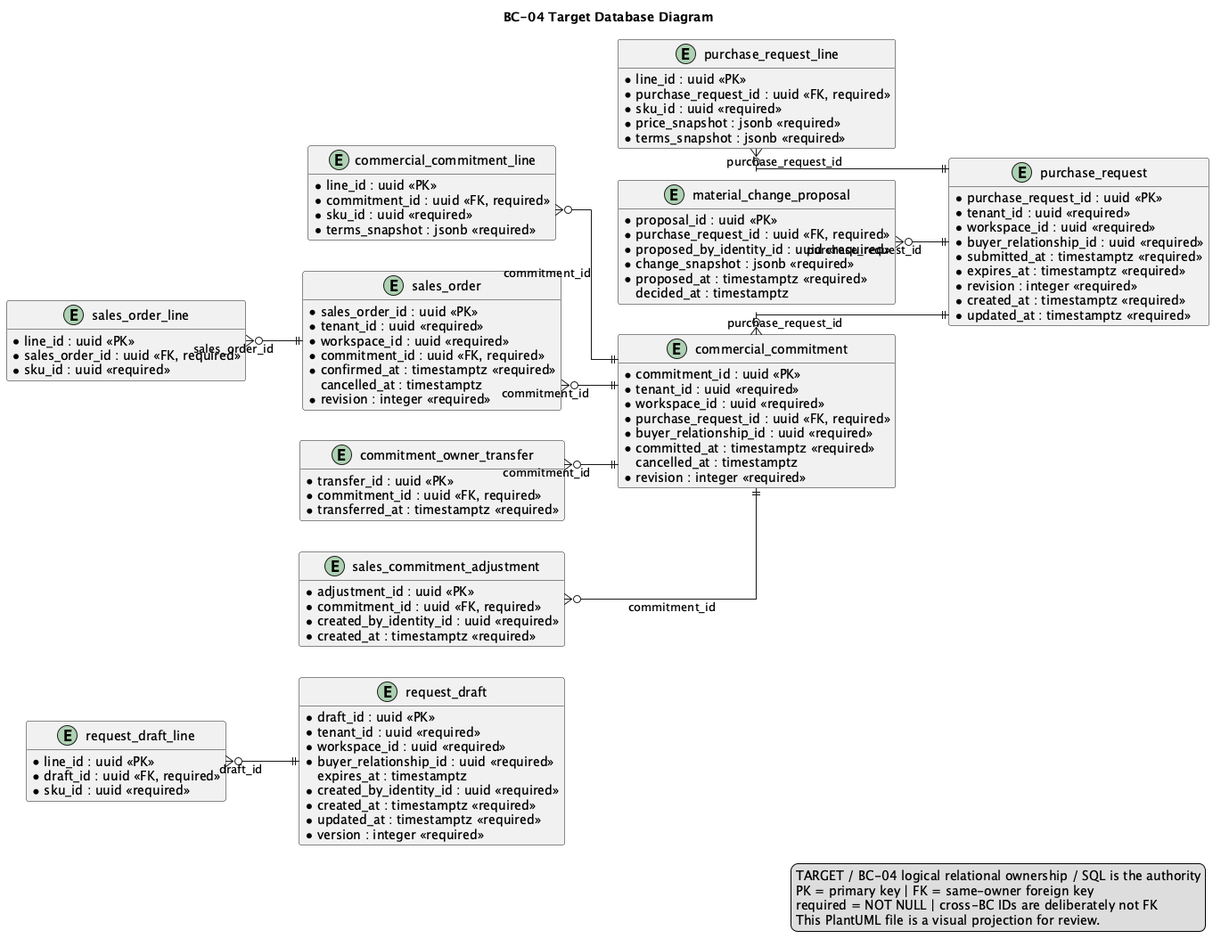
This is 01-shared/domain/bounded-contexts/BC-04-sales-commitment/data/database-diagram.png from nexa-suite/blueprint, a PlantUML export, as it was before one commit. The source it was exported from:
```plantuml
@startuml
title BC-04 Target Database Diagram
left to right direction
hide methods
skinparam shadowing false
skinparam linetype ortho
skinparam entity {
  BackgroundColor #F8FAFC
  BorderColor #334155
  FontColor #0F172A
}

entity "request_draft" as t_request_draft {
  * draft_id : uuid <<PK>>
  * tenant_id : uuid <<required>>
  * workspace_id : uuid <<required>>
  * buyer_relationship_id : uuid <<required>>
  * status : varchar(32) <<required>>
    expires_at : timestamptz
  * created_by_identity_id : uuid <<required>>
  * created_at : timestamptz <<required>>
  * updated_at : timestamptz <<required>>
  * version : integer <<required>>
}

entity "request_draft_line" as t_request_draft_line {
  * line_id : uuid <<PK>>
  * draft_id : uuid <<FK, required>>
  * sku_id : uuid <<required>>
  * quantity : numeric(19,6) <<required>>
    notes : varchar(500)
}

entity "purchase_request" as t_purchase_request {
  * purchase_request_id : uuid <<PK>>
  * tenant_id : uuid <<required>>
  * workspace_id : uuid <<required>>
  * buyer_relationship_id : uuid <<required>>
  * status : varchar(32) <<required>>
  * submitted_at : timestamptz <<required>>
  * expires_at : timestamptz <<required>>
  * revision : integer <<required>>
  * created_at : timestamptz <<required>>
  * updated_at : timestamptz <<required>>
}

entity "purchase_request_line" as t_purchase_request_line {
  * line_id : uuid <<PK>>
  * purchase_request_id : uuid <<FK, required>>
  * sku_id : uuid <<required>>
  * requested_quantity : numeric(19,6) <<required>>
    accepted_quantity : numeric(19,6)
  * price_snapshot : jsonb <<required>>
  * terms_snapshot : jsonb <<required>>
}

entity "material_change_proposal" as t_material_change_proposal {
  * proposal_id : uuid <<PK>>
  * purchase_request_id : uuid <<FK, required>>
  * proposed_by_identity_id : uuid <<required>>
  * status : varchar(32) <<required>>
  * change_snapshot : jsonb <<required>>
  * proposed_at : timestamptz <<required>>
    decided_at : timestamptz
}

entity "commercial_commitment" as t_commercial_commitment {
  * commitment_id : uuid <<PK>>
  * tenant_id : uuid <<required>>
  * workspace_id : uuid <<required>>
  * purchase_request_id : uuid <<FK, required>>
  * buyer_relationship_id : uuid <<required>>
  * status : varchar(32) <<required>>
  * committed_at : timestamptz <<required>>
    cancelled_at : timestamptz
  * revision : integer <<required>>
}

entity "commercial_commitment_line" as t_commercial_commitment_line {
  * line_id : uuid <<PK>>
  * commitment_id : uuid <<FK, required>>
  * sku_id : uuid <<required>>
  * quantity : numeric(19,6) <<required>>
  * unit_price : numeric(19,4) <<required>>
  * currency : char(3) <<required>>
  * terms_snapshot : jsonb <<required>>
}

entity "sales_order" as t_sales_order {
  * sales_order_id : uuid <<PK>>
  * tenant_id : uuid <<required>>
  * workspace_id : uuid <<required>>
  * commitment_id : uuid <<FK, required>>
  * status : varchar(32) <<required>>
  * confirmed_at : timestamptz <<required>>
    cancelled_at : timestamptz
  * revision : integer <<required>>
}

entity "sales_order_line" as t_sales_order_line {
  * line_id : uuid <<PK>>
  * sales_order_id : uuid <<FK, required>>
  * sku_id : uuid <<required>>
  * quantity : numeric(19,6) <<required>>
  * unit_price : numeric(19,4) <<required>>
  * currency : char(3) <<required>>
  * fulfillment_quantity : numeric(19,6) <<required>>
}

entity "commitment_owner_transfer" as t_commitment_owner_transfer {
  * transfer_id : uuid <<PK>>
  * commitment_id : uuid <<FK, required>>
  * from_owner : varchar(32) <<required>>
  * to_owner : varchar(32) <<required>>
  * transferred_at : timestamptz <<required>>
  * reason : varchar(500) <<required>>
}

entity "sales_commitment_adjustment" as t_sales_commitment_adjustment {
  * adjustment_id : uuid <<PK>>
  * commitment_id : uuid <<FK, required>>
  * reason : varchar(500) <<required>>
  * quantity_delta : numeric(19,6) <<required>>
  * amount_delta : numeric(19,4) <<required>>
  * created_by_identity_id : uuid <<required>>
  * created_at : timestamptz <<required>>
}

t_request_draft_line }o--|| t_request_draft : draft_id
t_purchase_request_line }o--|| t_purchase_request : purchase_request_id
t_material_change_proposal }o--|| t_purchase_request : purchase_request_id
t_commercial_commitment }o--|| t_purchase_request : purchase_request_id
t_commercial_commitment_line }o--|| t_commercial_commitment : commitment_id
t_sales_order }o--|| t_commercial_commitment : commitment_id
t_sales_order_line }o--|| t_sales_order : sales_order_id
t_commitment_owner_transfer }o--|| t_commercial_commitment : commitment_id
t_sales_commitment_adjustment }o--|| t_commercial_commitment : commitment_id

legend right
TARGET / BC-04 logical relational ownership / SQL is the authority
PK = primary key | FK = same-owner foreign key
required = NOT NULL | cross-BC IDs are deliberately not FK
This PlantUML file is a visual projection for review.
endlegend
@enduml
```
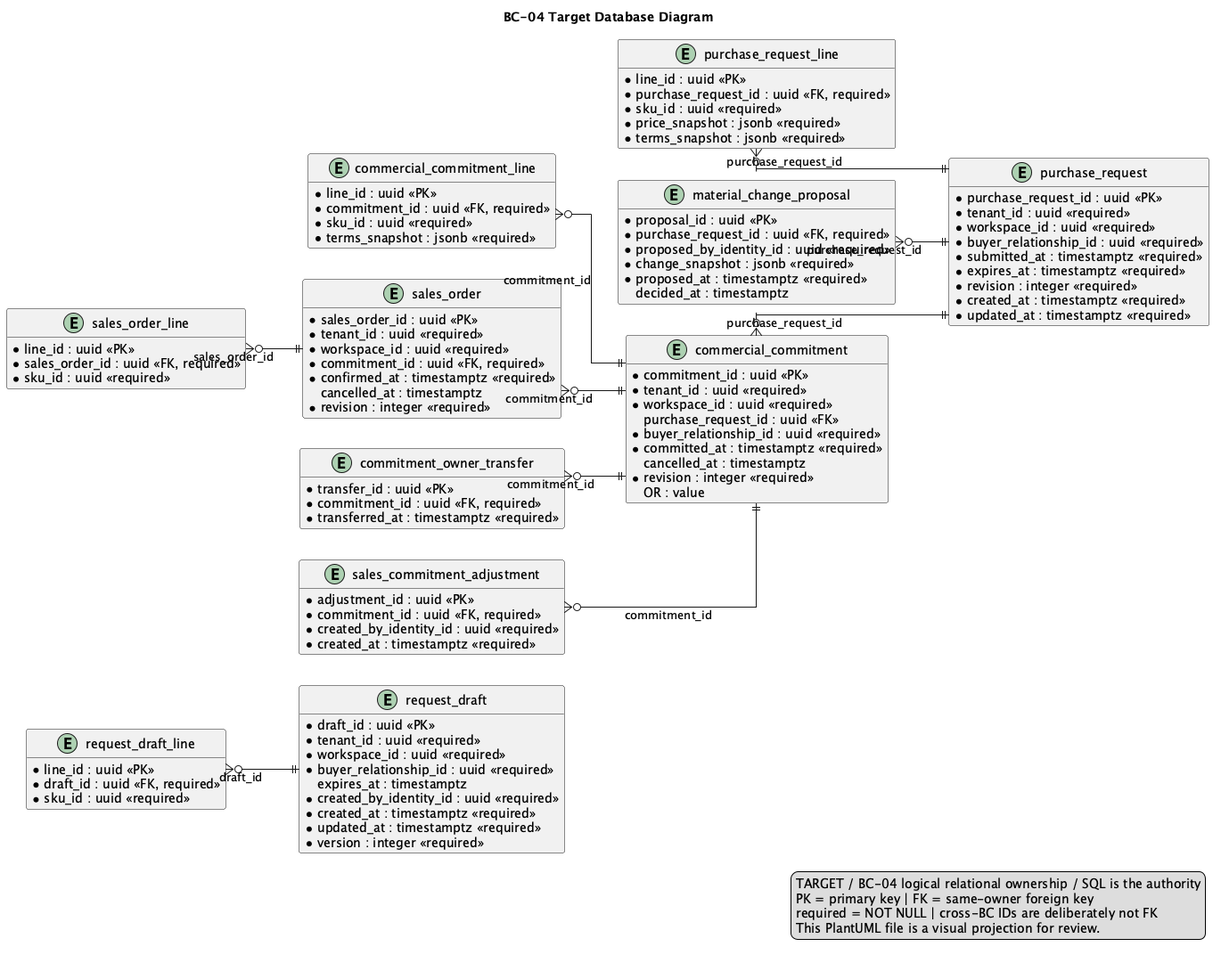
After the change.

Change to the diagram source:
```diff
@@ -68,12 +68,14 @@
   * commitment_id : uuid <<PK>>
   * tenant_id : uuid <<required>>
   * workspace_id : uuid <<required>>
-  * purchase_request_id : uuid <<FK, required>>
+  * origin_type : varchar(32) <<required>>
+    purchase_request_id : uuid <<FK>>
   * buyer_relationship_id : uuid <<required>>
   * status : varchar(32) <<required>>
   * committed_at : timestamptz <<required>>
     cancelled_at : timestamptz
   * revision : integer <<required>>
+    OR : value
 }
 
 entity "commercial_commitment_line" as t_commercial_commitment_line {
```
